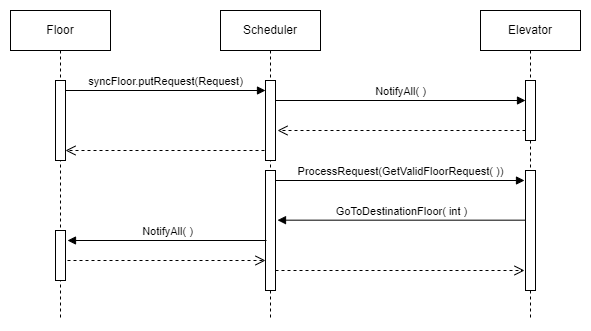
Earlier version of the draw.io export UML/SequenceDiagram.png (Aranesh22/SYSC3303A). Source tidied: cells renumbered, new cells last; positions are measured from the earlier drawing's top-left corner, leaving out a move shared by most shapes. The source it was exported from:
```xml
<mxGraphModel>
  <root>
    <mxCell id="0" />
    <mxCell id="1" parent="0" />
    <mxCell id="2" value="Floor" style="shape=umlLifeline;perimeter=lifelinePerimeter;whiteSpace=wrap;html=1;newEdgeStyle={&quot;edgeStyle&quot;:&quot;elbowEdgeStyle&quot;,&quot;elbow&quot;:&quot;vertical&quot;,&quot;curved&quot;:0,&quot;rounded&quot;:0};" parent="1" vertex="1">
      <mxGeometry width="100" height="310" as="geometry" />
    </mxCell>
    <mxCell id="3" style="html=1;perimeter=orthogonalPerimeter;targetShapes=umlLifeline;newEdgeStyle={&quot;curved&quot;:0,&quot;rounded&quot;:0};" parent="2" vertex="1">
      <mxGeometry x="45" y="70" width="10" height="80" as="geometry" />
    </mxCell>
    <mxCell id="4" style="html=1;perimeter=orthogonalPerimeter;targetShapes=umlLifeline;newEdgeStyle={&quot;curved&quot;:0,&quot;rounded&quot;:0};" parent="2" vertex="1">
      <mxGeometry x="45" y="220" width="10" height="50" as="geometry" />
    </mxCell>
    <mxCell id="5" value="Scheduler" style="shape=umlLifeline;perimeter=lifelinePerimeter;whiteSpace=wrap;html=1;outlineConnect=0;portConstraint=eastwest;newEdgeStyle={&quot;edgeStyle&quot;:&quot;elbowEdgeStyle&quot;,&quot;elbow&quot;:&quot;vertical&quot;,&quot;curved&quot;:0,&quot;rounded&quot;:0};" parent="1" vertex="1">
      <mxGeometry x="210" width="100" height="310" as="geometry" />
    </mxCell>
    <mxCell id="6" style="html=1;perimeter=orthogonalPerimeter;targetShapes=umlLifeline;newEdgeStyle={&quot;curved&quot;:0,&quot;rounded&quot;:0};" parent="5" vertex="1">
      <mxGeometry x="45" y="70" width="10" height="80" as="geometry" />
    </mxCell>
    <mxCell id="7" style="html=1;perimeter=orthogonalPerimeter;targetShapes=umlLifeline;newEdgeStyle={&quot;edgeStyle&quot;:&quot;elbowEdgeStyle&quot;,&quot;elbow&quot;:&quot;vertical&quot;,&quot;curved&quot;:0,&quot;rounded&quot;:0};" parent="5" vertex="1">
      <mxGeometry x="45" y="160" width="10" height="120" as="geometry" />
    </mxCell>
    <mxCell id="8" value="syncFloor.putRequest(Request)" style="html=1;verticalAlign=bottom;endArrow=block;curved=0;rounded=0;entryX=0;entryY=0;entryDx=0;entryDy=5;" parent="1" edge="1">
      <mxGeometry relative="1" as="geometry">
        <mxPoint x="55" y="80" as="sourcePoint" />
        <mxPoint x="255" y="80" as="targetPoint" />
      </mxGeometry>
    </mxCell>
    <mxCell id="9" value="Elevator" style="shape=umlLifeline;perimeter=lifelinePerimeter;whiteSpace=wrap;html=1;newEdgeStyle={&quot;edgeStyle&quot;:&quot;elbowEdgeStyle&quot;,&quot;elbow&quot;:&quot;vertical&quot;,&quot;curved&quot;:0,&quot;rounded&quot;:0};" parent="1" vertex="1">
      <mxGeometry x="470" width="100" height="310" as="geometry" />
    </mxCell>
    <mxCell id="10" style="html=1;perimeter=orthogonalPerimeter;targetShapes=umlLifeline;newEdgeStyle={&quot;edgeStyle&quot;:&quot;elbowEdgeStyle&quot;,&quot;elbow&quot;:&quot;vertical&quot;,&quot;curved&quot;:0,&quot;rounded&quot;:0};" parent="9" vertex="1">
      <mxGeometry x="45" y="70" width="10" height="60" as="geometry" />
    </mxCell>
    <mxCell id="11" style="html=1;perimeter=orthogonalPerimeter;targetShapes=umlLifeline;newEdgeStyle={&quot;edgeStyle&quot;:&quot;elbowEdgeStyle&quot;,&quot;elbow&quot;:&quot;vertical&quot;,&quot;curved&quot;:0,&quot;rounded&quot;:0};" parent="9" vertex="1">
      <mxGeometry x="45" y="160" width="10" height="120" as="geometry" />
    </mxCell>
    <mxCell id="12" value="NotifyAll( )" style="html=1;verticalAlign=bottom;endArrow=block;curved=0;rounded=0;" parent="1" edge="1">
      <mxGeometry relative="1" as="geometry">
        <mxPoint x="265" y="90" as="sourcePoint" />
        <mxPoint x="515" y="90" as="targetPoint" />
      </mxGeometry>
    </mxCell>
    <mxCell id="13" style="html=1;verticalAlign=bottom;endArrow=open;dashed=1;endSize=8;curved=0;rounded=0;" parent="1" edge="1">
      <mxGeometry relative="1" as="geometry">
        <mxPoint x="515" y="120" as="sourcePoint" />
        <mxPoint x="267" y="120" as="targetPoint" />
      </mxGeometry>
    </mxCell>
    <mxCell id="14" style="html=1;verticalAlign=bottom;endArrow=open;dashed=1;endSize=8;curved=0;rounded=0;" parent="1" edge="1">
      <mxGeometry relative="1" as="geometry">
        <mxPoint x="254" y="140" as="sourcePoint" />
        <mxPoint x="55" y="140" as="targetPoint" />
      </mxGeometry>
    </mxCell>
    <mxCell id="15" value="ProcessRequest(GetValidFloorRequest( ))" style="html=1;verticalAlign=bottom;endArrow=block;curved=0;rounded=0;" parent="1" edge="1">
      <mxGeometry relative="1" as="geometry">
        <mxPoint x="265" y="170" as="sourcePoint" />
        <mxPoint x="514" y="170" as="targetPoint" />
      </mxGeometry>
    </mxCell>
    <mxCell id="16" value="GoToDestinationFloor( int )" style="html=1;verticalAlign=bottom;endArrow=block;curved=0;rounded=0;" parent="1" edge="1">
      <mxGeometry relative="1" as="geometry">
        <mxPoint x="515" y="209.7" as="sourcePoint" />
        <mxPoint x="267" y="209.7" as="targetPoint" />
      </mxGeometry>
    </mxCell>
    <mxCell id="17" value="NotifyAll( )" style="html=1;verticalAlign=bottom;endArrow=block;curved=0;rounded=0;" parent="1" edge="1">
      <mxGeometry relative="1" as="geometry">
        <mxPoint x="256" y="230" as="sourcePoint" />
        <mxPoint x="57" y="230" as="targetPoint" />
      </mxGeometry>
    </mxCell>
    <mxCell id="18" style="html=1;verticalAlign=bottom;endArrow=open;dashed=1;endSize=8;curved=0;rounded=0;" parent="1" edge="1">
      <mxGeometry relative="1" as="geometry">
        <mxPoint x="57" y="250" as="sourcePoint" />
        <mxPoint x="255" y="250" as="targetPoint" />
      </mxGeometry>
    </mxCell>
    <mxCell id="19" style="html=1;verticalAlign=bottom;endArrow=open;dashed=1;endSize=8;curved=0;rounded=0;" parent="1" edge="1">
      <mxGeometry relative="1" as="geometry">
        <mxPoint x="265" y="260" as="sourcePoint" />
        <mxPoint x="514" y="260" as="targetPoint" />
      </mxGeometry>
    </mxCell>
  </root>
</mxGraphModel>
```
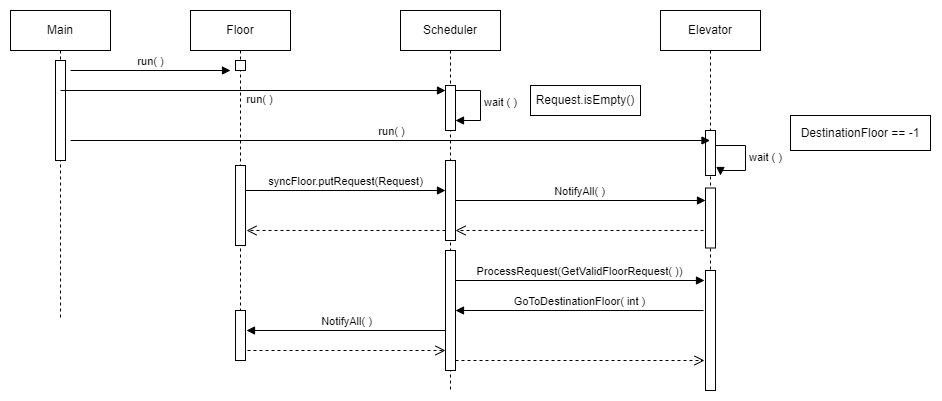
After the commit.

What changed in the source:
```diff
@@ -6,82 +6,148 @@
       <mxGeometry width="100" height="310" as="geometry" />
     </mxCell>
     <mxCell id="3" style="html=1;perimeter=orthogonalPerimeter;targetShapes=umlLifeline;newEdgeStyle={&quot;curved&quot;:0,&quot;rounded&quot;:0};" parent="2" vertex="1">
-      <mxGeometry x="45" y="70" width="10" height="80" as="geometry" />
+      <mxGeometry x="45" y="155" width="10" height="80" as="geometry" />
     </mxCell>
     <mxCell id="4" style="html=1;perimeter=orthogonalPerimeter;targetShapes=umlLifeline;newEdgeStyle={&quot;curved&quot;:0,&quot;rounded&quot;:0};" parent="2" vertex="1">
-      <mxGeometry x="45" y="220" width="10" height="50" as="geometry" />
+      <mxGeometry x="45" y="300" width="10" height="50" as="geometry" />
     </mxCell>
+    <mxCell id="20" style="html=1;perimeter=orthogonalPerimeter;targetShapes=umlLifeline;newEdgeStyle={&quot;curved&quot;:0,&quot;rounded&quot;:0};" parent="2" vertex="1">
+      <mxGeometry x="45" y="50" width="10" height="10" as="geometry" />
+    </mxCell>
     <mxCell id="5" value="Scheduler" style="shape=umlLifeline;perimeter=lifelinePerimeter;whiteSpace=wrap;html=1;outlineConnect=0;portConstraint=eastwest;newEdgeStyle={&quot;edgeStyle&quot;:&quot;elbowEdgeStyle&quot;,&quot;elbow&quot;:&quot;vertical&quot;,&quot;curved&quot;:0,&quot;rounded&quot;:0};" parent="1" vertex="1">
-      <mxGeometry x="210" width="100" height="310" as="geometry" />
+      <mxGeometry x="210" width="100" height="380" as="geometry" />
     </mxCell>
     <mxCell id="6" style="html=1;perimeter=orthogonalPerimeter;targetShapes=umlLifeline;newEdgeStyle={&quot;curved&quot;:0,&quot;rounded&quot;:0};" parent="5" vertex="1">
-      <mxGeometry x="45" y="70" width="10" height="80" as="geometry" />
+      <mxGeometry x="45" y="150" width="10" height="80" as="geometry" />
     </mxCell>
     <mxCell id="7" style="html=1;perimeter=orthogonalPerimeter;targetShapes=umlLifeline;newEdgeStyle={&quot;edgeStyle&quot;:&quot;elbowEdgeStyle&quot;,&quot;elbow&quot;:&quot;vertical&quot;,&quot;curved&quot;:0,&quot;rounded&quot;:0};" parent="5" vertex="1">
-      <mxGeometry x="45" y="160" width="10" height="120" as="geometry" />
+      <mxGeometry x="45" y="240" width="10" height="120" as="geometry" />
     </mxCell>
+    <mxCell id="21" value="wait ( )" style="html=1;align=left;spacingLeft=2;endArrow=block;rounded=0;edgeStyle=orthogonalEdgeStyle;curved=0;rounded=0;" parent="5" edge="1">
+      <mxGeometry relative="1" as="geometry">
+        <mxPoint x="50" y="80" as="sourcePoint" />
+        <mxPoint x="55" y="110" as="targetPoint" />
+        <Array as="points">
+          <mxPoint x="80" y="110" />
+        </Array>
+      </mxGeometry>
+    </mxCell>
     <mxCell id="8" value="syncFloor.putRequest(Request)" style="html=1;verticalAlign=bottom;endArrow=block;curved=0;rounded=0;entryX=0;entryY=0;entryDx=0;entryDy=5;" parent="1" edge="1">
       <mxGeometry relative="1" as="geometry">
-        <mxPoint x="55" y="80" as="sourcePoint" />
-        <mxPoint x="255" y="80" as="targetPoint" />
+        <mxPoint x="55" y="180" as="sourcePoint" />
+        <mxPoint x="255" y="180" as="targetPoint" />
       </mxGeometry>
     </mxCell>
     <mxCell id="9" value="Elevator" style="shape=umlLifeline;perimeter=lifelinePerimeter;whiteSpace=wrap;html=1;newEdgeStyle={&quot;edgeStyle&quot;:&quot;elbowEdgeStyle&quot;,&quot;elbow&quot;:&quot;vertical&quot;,&quot;curved&quot;:0,&quot;rounded&quot;:0};" parent="1" vertex="1">
       <mxGeometry x="470" width="100" height="310" as="geometry" />
     </mxCell>
     <mxCell id="10" style="html=1;perimeter=orthogonalPerimeter;targetShapes=umlLifeline;newEdgeStyle={&quot;edgeStyle&quot;:&quot;elbowEdgeStyle&quot;,&quot;elbow&quot;:&quot;vertical&quot;,&quot;curved&quot;:0,&quot;rounded&quot;:0};" parent="9" vertex="1">
-      <mxGeometry x="45" y="70" width="10" height="60" as="geometry" />
+      <mxGeometry x="45" y="177.5" width="10" height="60" as="geometry" />
     </mxCell>
     <mxCell id="11" style="html=1;perimeter=orthogonalPerimeter;targetShapes=umlLifeline;newEdgeStyle={&quot;edgeStyle&quot;:&quot;elbowEdgeStyle&quot;,&quot;elbow&quot;:&quot;vertical&quot;,&quot;curved&quot;:0,&quot;rounded&quot;:0};" parent="9" vertex="1">
-      <mxGeometry x="45" y="160" width="10" height="120" as="geometry" />
+      <mxGeometry x="45" y="260" width="10" height="120" as="geometry" />
     </mxCell>
+    <mxCell id="22" style="html=1;perimeter=orthogonalPerimeter;targetShapes=umlLifeline;newEdgeStyle={&quot;curved&quot;:0,&quot;rounded&quot;:0};" parent="9" vertex="1">
+      <mxGeometry x="45" y="130" width="10" height="10" as="geometry" />
+    </mxCell>
+    <mxCell id="23" value="wait ( )" style="html=1;align=left;spacingLeft=2;endArrow=block;rounded=0;edgeStyle=orthogonalEdgeStyle;curved=0;rounded=0;" parent="9" edge="1">
+      <mxGeometry relative="1" as="geometry">
+        <mxPoint x="55" y="135" as="sourcePoint" />
+        <mxPoint x="60" y="165" as="targetPoint" />
+        <Array as="points">
+          <mxPoint x="85" y="135" />
+          <mxPoint x="85" y="160" />
+          <mxPoint x="60" y="160" />
+        </Array>
+      </mxGeometry>
+    </mxCell>
+    <mxCell id="24" style="html=1;perimeter=orthogonalPerimeter;targetShapes=umlLifeline;newEdgeStyle={&quot;curved&quot;:0,&quot;rounded&quot;:0};" parent="9" vertex="1">
+      <mxGeometry x="45" y="120" width="10" height="45" as="geometry" />
+    </mxCell>
     <mxCell id="12" value="NotifyAll( )" style="html=1;verticalAlign=bottom;endArrow=block;curved=0;rounded=0;" parent="1" edge="1">
       <mxGeometry relative="1" as="geometry">
-        <mxPoint x="265" y="90" as="sourcePoint" />
-        <mxPoint x="515" y="90" as="targetPoint" />
+        <mxPoint x="265" y="190" as="sourcePoint" />
+        <mxPoint x="515" y="190" as="targetPoint" />
       </mxGeometry>
     </mxCell>
     <mxCell id="13" style="html=1;verticalAlign=bottom;endArrow=open;dashed=1;endSize=8;curved=0;rounded=0;" parent="1" edge="1">
       <mxGeometry relative="1" as="geometry">
-        <mxPoint x="515" y="120" as="sourcePoint" />
-        <mxPoint x="267" y="120" as="targetPoint" />
+        <mxPoint x="513" y="220" as="sourcePoint" />
+        <mxPoint x="265" y="220" as="targetPoint" />
       </mxGeometry>
     </mxCell>
     <mxCell id="14" style="html=1;verticalAlign=bottom;endArrow=open;dashed=1;endSize=8;curved=0;rounded=0;" parent="1" edge="1">
       <mxGeometry relative="1" as="geometry">
-        <mxPoint x="254" y="140" as="sourcePoint" />
-        <mxPoint x="55" y="140" as="targetPoint" />
+        <mxPoint x="255" y="220" as="sourcePoint" />
+        <mxPoint x="56" y="220" as="targetPoint" />
       </mxGeometry>
     </mxCell>
     <mxCell id="15" value="ProcessRequest(GetValidFloorRequest( ))" style="html=1;verticalAlign=bottom;endArrow=block;curved=0;rounded=0;" parent="1" edge="1">
       <mxGeometry relative="1" as="geometry">
-        <mxPoint x="265" y="170" as="sourcePoint" />
-        <mxPoint x="514" y="170" as="targetPoint" />
+        <mxPoint x="265" y="270" as="sourcePoint" />
+        <mxPoint x="514" y="270" as="targetPoint" />
       </mxGeometry>
     </mxCell>
     <mxCell id="16" value="GoToDestinationFloor( int )" style="html=1;verticalAlign=bottom;endArrow=block;curved=0;rounded=0;" parent="1" edge="1">
       <mxGeometry relative="1" as="geometry">
-        <mxPoint x="515" y="209.7" as="sourcePoint" />
-        <mxPoint x="267" y="209.7" as="targetPoint" />
+        <mxPoint x="513" y="300" as="sourcePoint" />
+        <mxPoint x="265" y="300" as="targetPoint" />
       </mxGeometry>
     </mxCell>
     <mxCell id="17" value="NotifyAll( )" style="html=1;verticalAlign=bottom;endArrow=block;curved=0;rounded=0;" parent="1" edge="1">
       <mxGeometry relative="1" as="geometry">
-        <mxPoint x="256" y="230" as="sourcePoint" />
-        <mxPoint x="57" y="230" as="targetPoint" />
+        <mxPoint x="255" y="320" as="sourcePoint" />
+        <mxPoint x="56" y="320" as="targetPoint" />
       </mxGeometry>
     </mxCell>
     <mxCell id="18" style="html=1;verticalAlign=bottom;endArrow=open;dashed=1;endSize=8;curved=0;rounded=0;" parent="1" edge="1">
       <mxGeometry relative="1" as="geometry">
-        <mxPoint x="57" y="250" as="sourcePoint" />
-        <mxPoint x="255" y="250" as="targetPoint" />
+        <mxPoint x="57" y="340" as="sourcePoint" />
+        <mxPoint x="255" y="340" as="targetPoint" />
       </mxGeometry>
     </mxCell>
     <mxCell id="19" style="html=1;verticalAlign=bottom;endArrow=open;dashed=1;endSize=8;curved=0;rounded=0;" parent="1" edge="1">
       <mxGeometry relative="1" as="geometry">
-        <mxPoint x="265" y="260" as="sourcePoint" />
-        <mxPoint x="514" y="260" as="targetPoint" />
+        <mxPoint x="265" y="350" as="sourcePoint" />
+        <mxPoint x="514" y="350" as="targetPoint" />
       </mxGeometry>
     </mxCell>
+    <mxCell id="25" value="Main" style="shape=umlLifeline;perimeter=lifelinePerimeter;whiteSpace=wrap;html=1;newEdgeStyle={&quot;edgeStyle&quot;:&quot;elbowEdgeStyle&quot;,&quot;elbow&quot;:&quot;vertical&quot;,&quot;curved&quot;:0,&quot;rounded&quot;:0};" parent="1" vertex="1">
+      <mxGeometry x="-180" width="100" height="310" as="geometry" />
+    </mxCell>
+    <mxCell id="26" style="html=1;perimeter=orthogonalPerimeter;targetShapes=umlLifeline;newEdgeStyle={&quot;curved&quot;:0,&quot;rounded&quot;:0};" parent="25" vertex="1">
+      <mxGeometry x="45" y="50" width="10" height="100" as="geometry" />
+    </mxCell>
+    <mxCell id="27" value="run( )" style="html=1;verticalAlign=bottom;endArrow=block;curved=0;rounded=0;" parent="1" edge="1">
+      <mxGeometry relative="1" as="geometry">
+        <mxPoint x="-120" y="60" as="sourcePoint" />
+        <mxPoint x="40" y="60" as="targetPoint" />
+      </mxGeometry>
+    </mxCell>
+    <mxCell id="28" value="run( )" style="html=1;verticalAlign=bottom;endArrow=block;curved=0;rounded=0;" parent="1" edge="1" source="31" target="5">
+      <mxGeometry y="190" relative="1" as="geometry">
+        <mxPoint x="-190" as="offset" />
+      </mxGeometry>
+    </mxCell>
+    <mxCell id="29" value="run( )" style="html=1;verticalAlign=bottom;endArrow=block;curved=0;rounded=0;" parent="1" edge="1">
+      <mxGeometry relative="1" as="geometry">
+        <mxPoint x="-120" y="130" as="sourcePoint" />
+        <mxPoint x="519.5" y="130" as="targetPoint" />
+      </mxGeometry>
+    </mxCell>
+    <mxCell id="30" style="html=1;verticalAlign=bottom;endArrow=block;curved=0;rounded=0;" parent="1" edge="1" target="31">
+      <mxGeometry relative="1" as="geometry">
+        <mxPoint x="-130" y="80" as="sourcePoint" />
+      </mxGeometry>
+    </mxCell>
+    <mxCell id="31" style="html=1;points=[[0,0,0,0,5],[0,1,0,0,-5],[1,0,0,0,5],[1,1,0,0,-5]];perimeter=orthogonalPerimeter;outlineConnect=0;targetShapes=umlLifeline;portConstraint=eastwest;newEdgeStyle={&quot;curved&quot;:0,&quot;rounded&quot;:0};" parent="1" vertex="1">
+      <mxGeometry x="255" y="75" width="10" height="45" as="geometry" />
+    </mxCell>
+    <mxCell id="32" value="Request.isEmpty()" style="html=1;whiteSpace=wrap;" parent="1" vertex="1">
+      <mxGeometry x="340" y="75" width="110" height="30" as="geometry" />
+    </mxCell>
+    <mxCell id="33" value="DestinationFloor == -1" style="html=1;whiteSpace=wrap;" parent="1" vertex="1">
+      <mxGeometry x="600" y="105" width="140" height="35" as="geometry" />
+    </mxCell>
   </root>
 </mxGraphModel>
```
